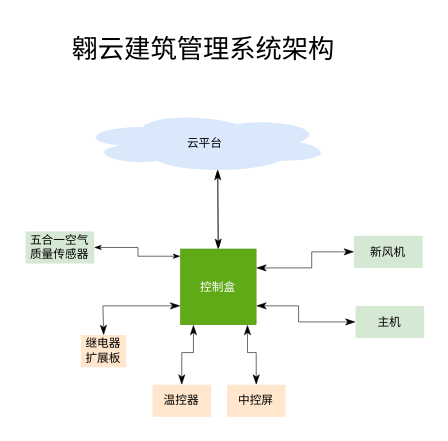
JohnNash23/test keeps this draw.io diagram as 空调五恒控制盒房间架构.drawio. Above is the earlier version. Source tidied: cells renumbered, new cells numbered last; positions are measured from the earlier drawing's top-left corner, leaving out a move shared by most shapes. Both pictures are drawn from the tidied source at 146%, with x=0, y=0 at pixel (25, 25).
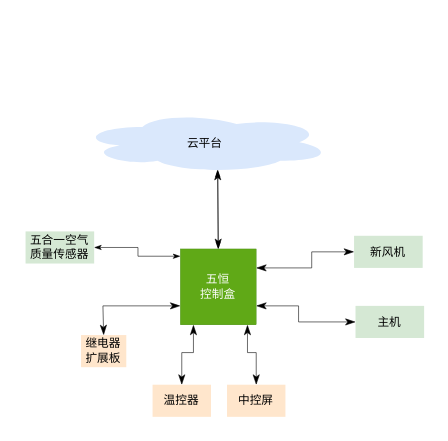
The same page after the edit.

Change to the diagram source:
```diff
@@
-    <mxCell id="2" value="&lt;div style=&quot;font-size: 8px;&quot;&gt;控制盒&lt;/div&gt;" style="whiteSpace=wrap;html=1;strokeWidth=0.2;fontSize=8;fillColor=#60a917;fontColor=#ffffff;strokeColor=#2D7600;" parent="1" vertex="1">
+    <mxCell id="2" value="五恒&lt;div style=&quot;font-size: 8px&quot;&gt;控制盒&lt;/div&gt;" style="whiteSpace=wrap;html=1;strokeWidth=0.2;fontSize=8;fillColor=#60a917;fontColor=#ffffff;strokeColor=#2D7600;" parent="1" vertex="1">
       <mxGeometry x="106" y="153" width="52" height="52" as="geometry" />
     </mxCell>
@@
-    <mxCell id="18" value="&lt;div&gt;&lt;font style=&quot;font-size: 18px&quot;&gt;翱云建筑管理系统架构&lt;/font&gt;&lt;/div&gt;" style="text;whiteSpace=wrap;html=1;" parent="1" vertex="1">
-      <mxGeometry x="30" width="204" height="20" as="geometry" />
-    </mxCell>
```
